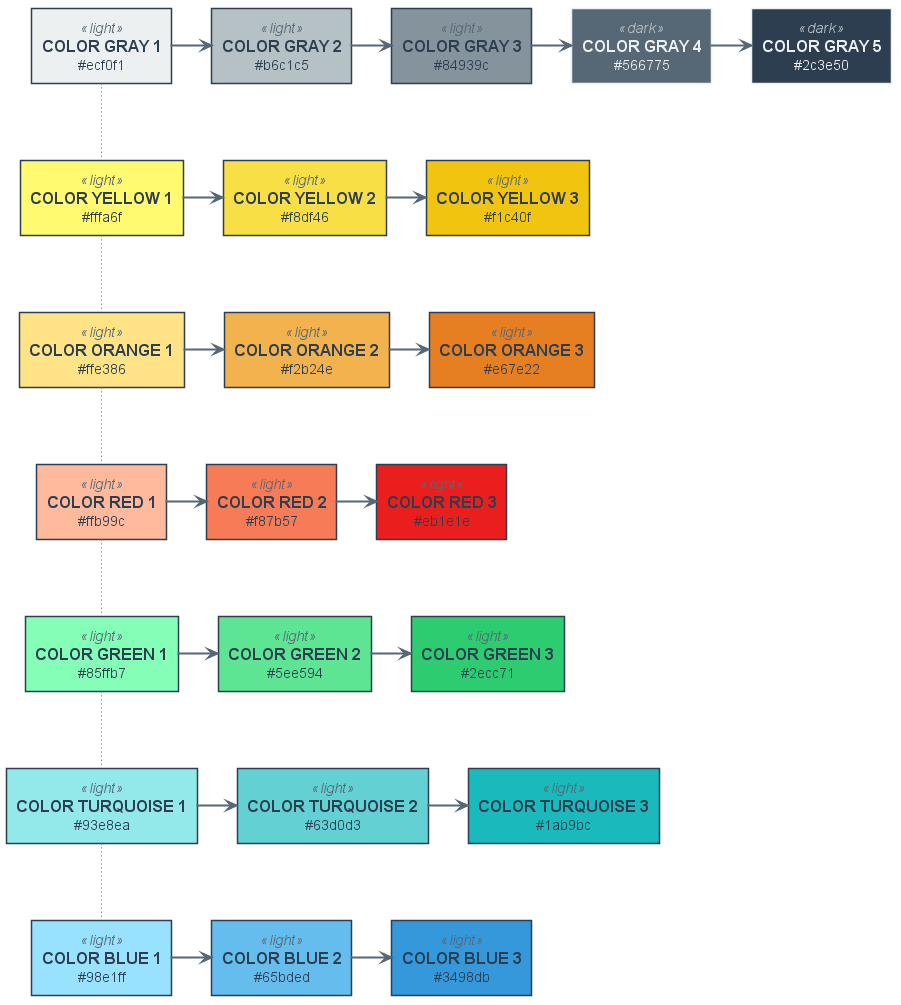
N0N4M3pl/plantuml-C4 keeps this PlantUML diagram as example/diagrams/doc.color.png. Above is the earlier version.
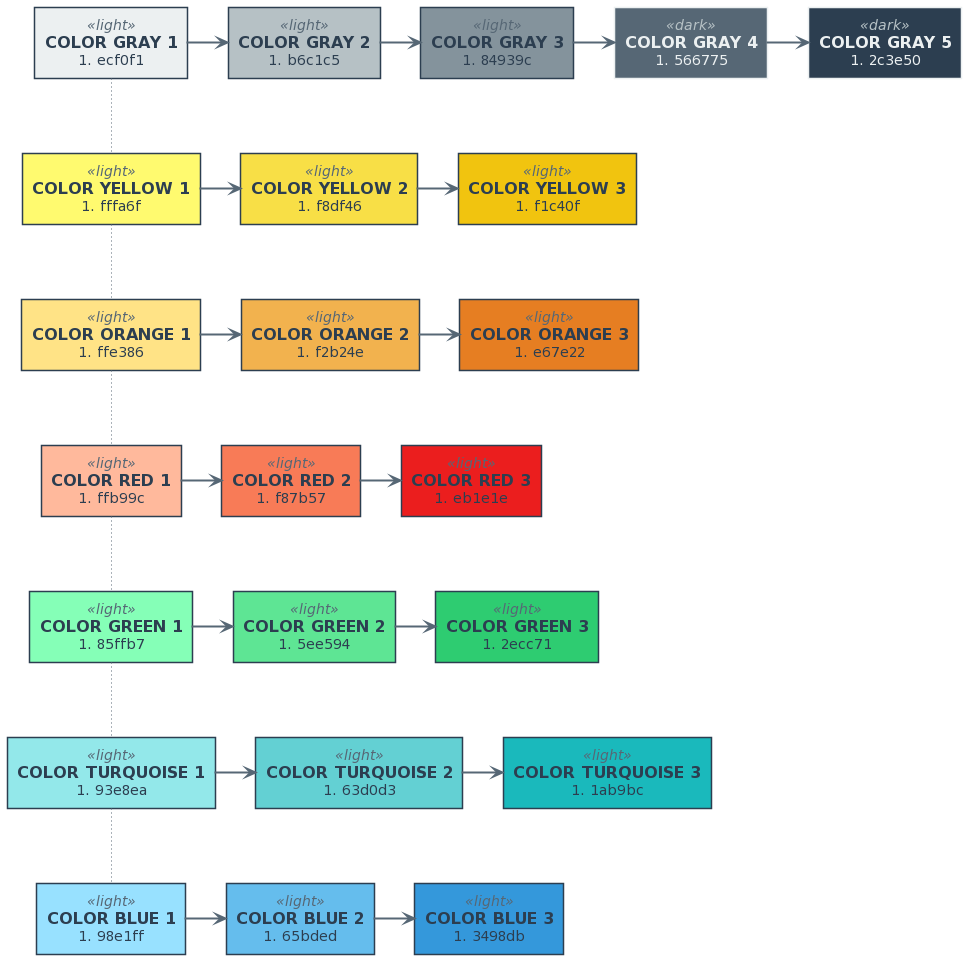
The same file after the commit.

Diff of the diagram source:
```diff
@@ -1,130 +1,119 @@
-@startuml doc.color
+@startuml
+!include https://raw.githubusercontent.com/N0N4M3pl/plantuml-C4/master/src/style.puml
 
 
+!definelong Header(text)
+title text
+!enddefinelong
 
+!definelong Footer()
+left footer %filename() | %date()
+!enddefinelong
 
-
-skinparam defaultTextAlignment center
-skinparam wrapWidth 200
-skinparam maxMessageSize 150
-
-
-
-
-
-
-
-
-
-
-
-
-
-
-
-
-
-
-
+!define Note(alias, text, side="right") note side of alias : text
 skinparam Note {
-    FontColor #566775
+    FontColor COLOR_GRAY_4
     BackgroundColor white
-    BorderColor #b6c1c5
+    BorderColor COLOR_GRAY_2
 }
 
 
+!define Person(alias, label, description=" ") actor "==label\n //description//" <<person>> as alias
 skinparam actor<<person>> {
-    StereotypeFontColor #2c3e50
-    FontColor #2c3e50
-    BackgroundColor #566775
-    BorderColor #566775
+    StereotypeFontColor COLOR_FONT_DARK
+    FontColor COLOR_FONT_DARK
+    BackgroundColor COLOR_PERSON_BG
+    BorderColor COLOR_PERSON_BD
     Shadowing false
 }
 
+!define Relation(fromAlias, toAlias, direction="--", label="") fromAlias direction toAlias : "label"
 skinparam Arrow {
-    FontColor #2c3e50
-    Color #566775
+    FontColor COLOR_FONT_DARK
+    Color COLOR_RELATION
     FontSize 12
+    PathHoverColor COLOR_RED_1
 }
 
 
 
+!define Color_Light(alias, id, value) rectangle "==id\nvalue" <<light>> as alias
 skinparam rectangle<<light>> {
-    StereotypeFontColor #566775
-    FontColor #2c3e50
-    BorderColor #2c3e50
+    StereotypeFontColor COLOR_GRAY_4
+    FontColor COLOR_GRAY_5
+    BorderColor COLOR_GRAY_5
     Shadowing false
 }
 
+!define Color_Dark(alias, id, value) rectangle "==id\nvalue" <<dark>> as alias
 skinparam rectangle<<dark>> {
-    StereotypeFontColor #b6c1c5
-    FontColor #ecf0f1
-    BorderColor #ecf0f1
+    StereotypeFontColor COLOR_GRAY_2
+    FontColor COLOR_GRAY_1
+    BorderColor COLOR_GRAY_1
     Shadowing false
 }
 
-top to bottom direction
+LAYOUT_TOP_DOWN
 
 
-rectangle "==COLOR GRAY 1\n#ecf0f1" <<light>> as ALIAS_COLOR_GRAY_1 #ecf0f1
-rectangle "==COLOR GRAY 2\n#b6c1c5" <<light>> as ALIAS_COLOR_GRAY_2 #b6c1c5
-rectangle "==COLOR GRAY 3\n#84939c" <<light>> as ALIAS_COLOR_GRAY_3 #84939c
-rectangle "==COLOR GRAY 4\n#566775" <<dark>> as ALIAS_COLOR_GRAY_4 #566775
-rectangle "==COLOR GRAY 5\n#2c3e50" <<dark>> as ALIAS_COLOR_GRAY_5 #2c3e50
+Color_Light(ALIAS_COLOR_GRAY_1, "COLOR GRAY 1", "#ecf0f1") COLOR_GRAY_1
+Color_Light(ALIAS_COLOR_GRAY_2, "COLOR GRAY 2", "#b6c1c5") COLOR_GRAY_2
+Color_Light(ALIAS_COLOR_GRAY_3, "COLOR GRAY 3", "#84939c") COLOR_GRAY_3
+Color_Dark(ALIAS_COLOR_GRAY_4, "COLOR GRAY 4", "#566775") COLOR_GRAY_4
+Color_Dark(ALIAS_COLOR_GRAY_5, "COLOR GRAY 5", "#2c3e50") COLOR_GRAY_5
 
-rectangle "==COLOR YELLOW 1\n#fffa6f" <<light>> as ALIAS_COLOR_YELLOW_1 #fffa6f
-rectangle "==COLOR YELLOW 2\n#f8df46" <<light>> as ALIAS_COLOR_YELLOW_2 #f8df46
-rectangle "==COLOR YELLOW 3\n#f1c40f" <<light>> as ALIAS_COLOR_YELLOW_3 #f1c40f
+Color_Light(ALIAS_COLOR_YELLOW_1, "COLOR YELLOW 1", "#fffa6f") COLOR_YELLOW_1
+Color_Light(ALIAS_COLOR_YELLOW_2, "COLOR YELLOW 2", "#f8df46") COLOR_YELLOW_2
+Color_Light(ALIAS_COLOR_YELLOW_3, "COLOR YELLOW 3", "#f1c40f") COLOR_YELLOW_3
 
-rectangle "==COLOR ORANGE 1\n#ffe386" <<light>> as ALIAS_COLOR_ORANGE_1 #ffe386
-rectangle "==COLOR ORANGE 2\n#f2b24e" <<light>> as ALIAS_COLOR_ORANGE_2 #f2b24e
-rectangle "==COLOR ORANGE 3\n#e67e22" <<light>> as ALIAS_COLOR_ORANGE_3 #e67e22
+Color_Light(ALIAS_COLOR_ORANGE_1, "COLOR ORANGE 1", "#ffe386") COLOR_ORANGE_1
+Color_Light(ALIAS_COLOR_ORANGE_2, "COLOR ORANGE 2", "#f2b24e") COLOR_ORANGE_2
+Color_Light(ALIAS_COLOR_ORANGE_3, "COLOR ORANGE 3", "#e67e22") COLOR_ORANGE_3
 
-rectangle "==COLOR RED 1\n#ffb99c" <<light>> as ALIAS_COLOR_RED_1 #ffb99c
-rectangle "==COLOR RED 2\n#f87b57" <<light>> as ALIAS_COLOR_RED_2 #f87b57
-rectangle "==COLOR RED 3\n#eb1e1e" <<light>> as ALIAS_COLOR_RED_3 #eb1e1e
+Color_Light(ALIAS_COLOR_RED_1, "COLOR RED 1", "#ffb99c") COLOR_RED_1
+Color_Light(ALIAS_COLOR_RED_2, "COLOR RED 2", "#f87b57") COLOR_RED_2
+Color_Light(ALIAS_COLOR_RED_3, "COLOR RED 3", "#eb1e1e") COLOR_RED_3
 
-rectangle "==COLOR GREEN 1\n#85ffb7" <<light>> as ALIAS_COLOR_GREEN_1 #85ffb7
-rectangle "==COLOR GREEN 2\n#5ee594" <<light>> as ALIAS_COLOR_GREEN_2 #5ee594
-rectangle "==COLOR GREEN 3\n#2ecc71" <<light>> as ALIAS_COLOR_GREEN_3 #2ecc71
+Color_Light(ALIAS_COLOR_GREEN_1, "COLOR GREEN 1", "#85ffb7") COLOR_GREEN_1
+Color_Light(ALIAS_COLOR_GREEN_2, "COLOR GREEN 2", "#5ee594") COLOR_GREEN_2
+Color_Light(ALIAS_COLOR_GREEN_3, "COLOR GREEN 3", "#2ecc71") COLOR_GREEN_3
 
-rectangle "==COLOR TURQUOISE 1\n#93e8ea" <<light>> as ALIAS_COLOR_TURQUOISE_1 #93e8ea
-rectangle "==COLOR TURQUOISE 2\n#63d0d3" <<light>> as ALIAS_COLOR_TURQUOISE_2 #63d0d3
-rectangle "==COLOR TURQUOISE 3\n#1ab9bc" <<light>> as ALIAS_COLOR_TURQUOISE_3 #1ab9bc
+Color_Light(ALIAS_COLOR_TURQUOISE_1, "COLOR TURQUOISE 1", "#93e8ea") COLOR_TURQUOISE_1
+Color_Light(ALIAS_COLOR_TURQUOISE_2, "COLOR TURQUOISE 2", "#63d0d3") COLOR_TURQUOISE_2
+Color_Light(ALIAS_COLOR_TURQUOISE_3, "COLOR TURQUOISE 3", "#1ab9bc") COLOR_TURQUOISE_3
 
-rectangle "==COLOR BLUE 1\n#98e1ff" <<light>> as ALIAS_COLOR_BLUE_1 #98e1ff
-rectangle "==COLOR BLUE 2\n#65bded" <<light>> as ALIAS_COLOR_BLUE_2 #65bded
-rectangle "==COLOR BLUE 3\n#3498db" <<light>> as ALIAS_COLOR_BLUE_3 #3498db
+Color_Light(ALIAS_COLOR_BLUE_1, "COLOR BLUE 1", "#98e1ff") COLOR_BLUE_1
+Color_Light(ALIAS_COLOR_BLUE_2, "COLOR BLUE 2", "#65bded") COLOR_BLUE_2
+Color_Light(ALIAS_COLOR_BLUE_3, "COLOR BLUE 3", "#3498db") COLOR_BLUE_3
 
 
-ALIAS_COLOR_GRAY_1 =RIGHT=> ALIAS_COLOR_GRAY_2 : ""
-ALIAS_COLOR_GRAY_2 =RIGHT=> ALIAS_COLOR_GRAY_3 : ""
-ALIAS_COLOR_GRAY_3 =RIGHT=> ALIAS_COLOR_GRAY_4 : ""
-ALIAS_COLOR_GRAY_4 =RIGHT=> ALIAS_COLOR_GRAY_5 : ""
+Relation(ALIAS_COLOR_GRAY_1, ALIAS_COLOR_GRAY_2, "=RIGHT=>")
+Relation(ALIAS_COLOR_GRAY_2, ALIAS_COLOR_GRAY_3, "=RIGHT=>")
+Relation(ALIAS_COLOR_GRAY_3, ALIAS_COLOR_GRAY_4, "=RIGHT=>")
+Relation(ALIAS_COLOR_GRAY_4, ALIAS_COLOR_GRAY_5, "=RIGHT=>")
 
-ALIAS_COLOR_YELLOW_1 ~UP~ ALIAS_COLOR_GRAY_1 : ""
-ALIAS_COLOR_YELLOW_1 =RIGHT=> ALIAS_COLOR_YELLOW_2 : ""
-ALIAS_COLOR_YELLOW_2 =RIGHT=> ALIAS_COLOR_YELLOW_3 : ""
+Relation(ALIAS_COLOR_YELLOW_1, ALIAS_COLOR_GRAY_1, "~UP~")
+Relation(ALIAS_COLOR_YELLOW_1, ALIAS_COLOR_YELLOW_2, "=RIGHT=>")
+Relation(ALIAS_COLOR_YELLOW_2, ALIAS_COLOR_YELLOW_3, "=RIGHT=>")
 
-ALIAS_COLOR_ORANGE_1 ~UP~ ALIAS_COLOR_YELLOW_1 : ""
-ALIAS_COLOR_ORANGE_1 =RIGHT=> ALIAS_COLOR_ORANGE_2 : ""
-ALIAS_COLOR_ORANGE_2 =RIGHT=> ALIAS_COLOR_ORANGE_3 : ""
+Relation(ALIAS_COLOR_ORANGE_1, ALIAS_COLOR_YELLOW_1, "~UP~")
+Relation(ALIAS_COLOR_ORANGE_1, ALIAS_COLOR_ORANGE_2, "=RIGHT=>")
+Relation(ALIAS_COLOR_ORANGE_2, ALIAS_COLOR_ORANGE_3, "=RIGHT=>")
 
-ALIAS_COLOR_RED_1 ~UP~ ALIAS_COLOR_ORANGE_1 : ""
-ALIAS_COLOR_RED_1 =RIGHT=> ALIAS_COLOR_RED_2 : ""
-ALIAS_COLOR_RED_2 =RIGHT=> ALIAS_COLOR_RED_3 : ""
+Relation(ALIAS_COLOR_RED_1, ALIAS_COLOR_ORANGE_1, "~UP~")
+Relation(ALIAS_COLOR_RED_1, ALIAS_COLOR_RED_2, "=RIGHT=>")
+Relation(ALIAS_COLOR_RED_2, ALIAS_COLOR_RED_3, "=RIGHT=>")
 
-ALIAS_COLOR_GREEN_1 ~UP~ ALIAS_COLOR_RED_1 : ""
-ALIAS_COLOR_GREEN_1 =RIGHT=> ALIAS_COLOR_GREEN_2 : ""
-ALIAS_COLOR_GREEN_2 =RIGHT=> ALIAS_COLOR_GREEN_3 : ""
+Relation(ALIAS_COLOR_GREEN_1, ALIAS_COLOR_RED_1, "~UP~")
+Relation(ALIAS_COLOR_GREEN_1, ALIAS_COLOR_GREEN_2, "=RIGHT=>")
+Relation(ALIAS_COLOR_GREEN_2, ALIAS_COLOR_GREEN_3, "=RIGHT=>")
 
-ALIAS_COLOR_TURQUOISE_1 ~UP~ ALIAS_COLOR_GREEN_1 : ""
-ALIAS_COLOR_TURQUOISE_1 =RIGHT=> ALIAS_COLOR_TURQUOISE_2 : ""
-ALIAS_COLOR_TURQUOISE_2 =RIGHT=> ALIAS_COLOR_TURQUOISE_3 : ""
+Relation(ALIAS_COLOR_TURQUOISE_1, ALIAS_COLOR_GREEN_1, "~UP~")
+Relation(ALIAS_COLOR_TURQUOISE_1, ALIAS_COLOR_TURQUOISE_2, "=RIGHT=>")
+Relation(ALIAS_COLOR_TURQUOISE_2, ALIAS_COLOR_TURQUOISE_3, "=RIGHT=>")
 
-ALIAS_COLOR_BLUE_1 ~UP~ ALIAS_COLOR_TURQUOISE_1 : ""
-ALIAS_COLOR_BLUE_1 =RIGHT=> ALIAS_COLOR_BLUE_2 : ""
-ALIAS_COLOR_BLUE_2 =RIGHT=> ALIAS_COLOR_BLUE_3 : ""
-
+Relation(ALIAS_COLOR_BLUE_1, ALIAS_COLOR_TURQUOISE_1, "~UP~")
+Relation(ALIAS_COLOR_BLUE_1, ALIAS_COLOR_BLUE_2, "=RIGHT=>")
+Relation(ALIAS_COLOR_BLUE_2, ALIAS_COLOR_BLUE_3, "=RIGHT=>")
 
 @enduml
```
